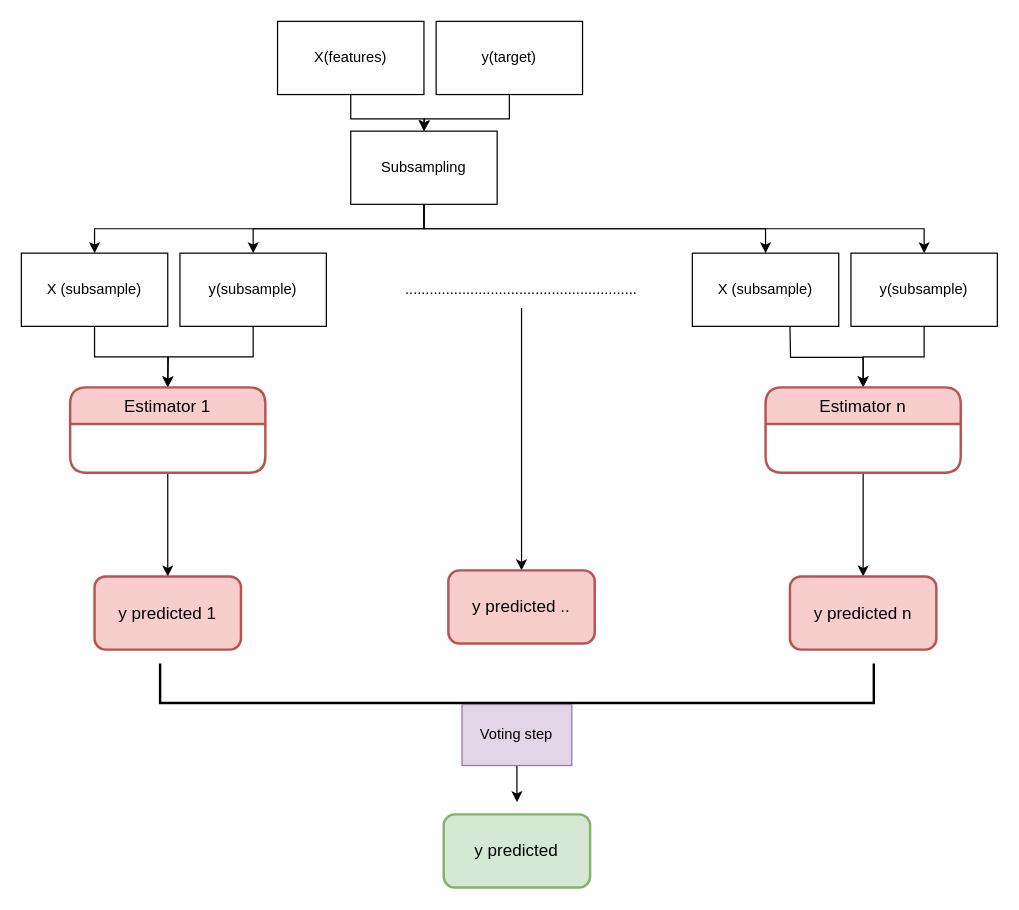
This is bagging.drawio from RaphaelBouvet/memos_ml, a draw.io file, before an edit. Source tidied: cells renumbered, new cells numbered last; positions are measured from the earlier drawing's top-left corner, leaving out a move shared by most shapes. Both pictures are drawn from the tidied source at 122%, with x=0, y=0 at pixel (21, 21).
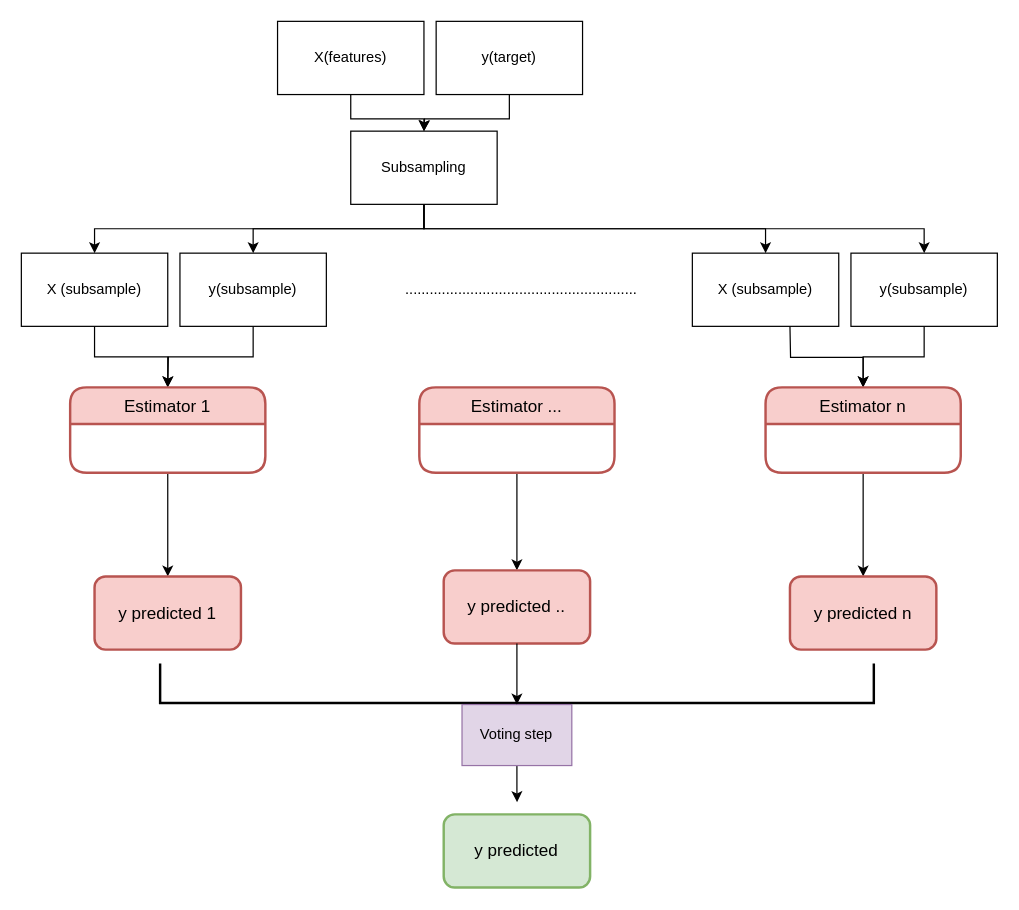
The same diagram, later.

The change refers to these unchanged cells:
```xml
<mxCell id="19" value="........................................................." style="text;html=1;strokeColor=none;fillColor=none;align=center;verticalAlign=middle;whiteSpace=wrap;rounded=0;" parent="1" vertex="1">
  <mxGeometry x="300" y="205" width="220" height="30" as="geometry" />
</mxCell>
<mxCell id="30" value="Voting step" style="text;html=1;strokeColor=#9673a6;fillColor=#e1d5e7;align=center;verticalAlign=middle;whiteSpace=wrap;rounded=0;" parent="1" vertex="1">
  <mxGeometry x="361.2" y="560" width="90" height="50" as="geometry" />
</mxCell>
```

What changed in the source:
```diff
@@
-    <mxCell id="18" style="edgeStyle=orthogonalEdgeStyle;rounded=0;jettySize=auto;html=1;entryX=0.5;entryY=0;entryDx=0;entryDy=0;" parent="1" edge="1" source="19" target="27">
+    <mxCell id="18" style="edgeStyle=orthogonalEdgeStyle;rounded=0;jettySize=auto;html=1;entryX=0.5;entryY=0;entryDx=0;entryDy=0;exitX=0.5;exitY=1;exitDx=0;exitDy=0;" parent="1" edge="1" source="32" target="27">
       <mxGeometry relative="1" as="geometry" />
     </mxCell>
@@
     <mxCell id="27" value="y predicted .." style="whiteSpace=wrap;html=1;fontSize=14;fillColor=#f8cecc;strokeColor=#b85450;fontStyle=0;startSize=30;rounded=1;strokeWidth=2;shadow=0;dashed=0;" parent="1" vertex="1">
-      <mxGeometry x="350" y="450" width="120" height="60" as="geometry" />
+      <mxGeometry x="346.2" y="450" width="120" height="60" as="geometry" />
     </mxCell>
@@
+    <mxCell id="32" value="Estimator ..." style="swimlane;horizontal=1;startSize=30;rounded=1;fontSize=14;fontStyle=0;strokeWidth=2;shadow=0;dashed=0;align=center;fillColor=#f8cecc;strokeColor=#b85450;" parent="1" vertex="1">
+      <mxGeometry x="326.2" y="300" width="160" height="70" as="geometry" />
+    </mxCell>
+    <mxCell id="33" style="endArrow=classic;html=1;rounded=0;exitX=0.5;exitY=1;exitDx=0;exitDy=0;" parent="1" edge="1" source="27" target="30">
+      <mxGeometry relative="1" as="geometry" />
+    </mxCell>
```
